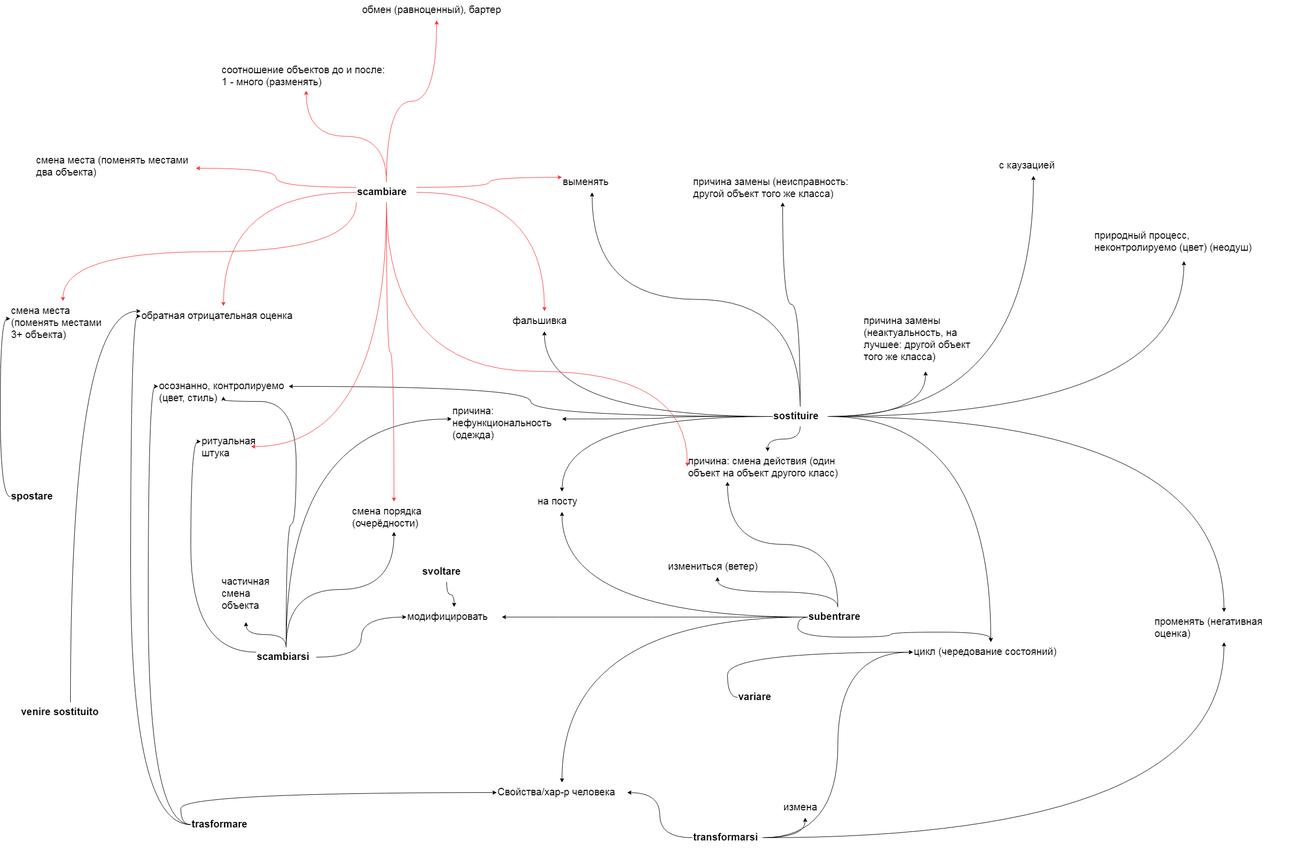
Before: обмен3.png, a diagram exported from draw.io (JanaKoko/try). Source tidied: cells renumbered, new cells last; positions are measured from the earlier drawing's top-left corner, leaving out a move shared by most shapes.
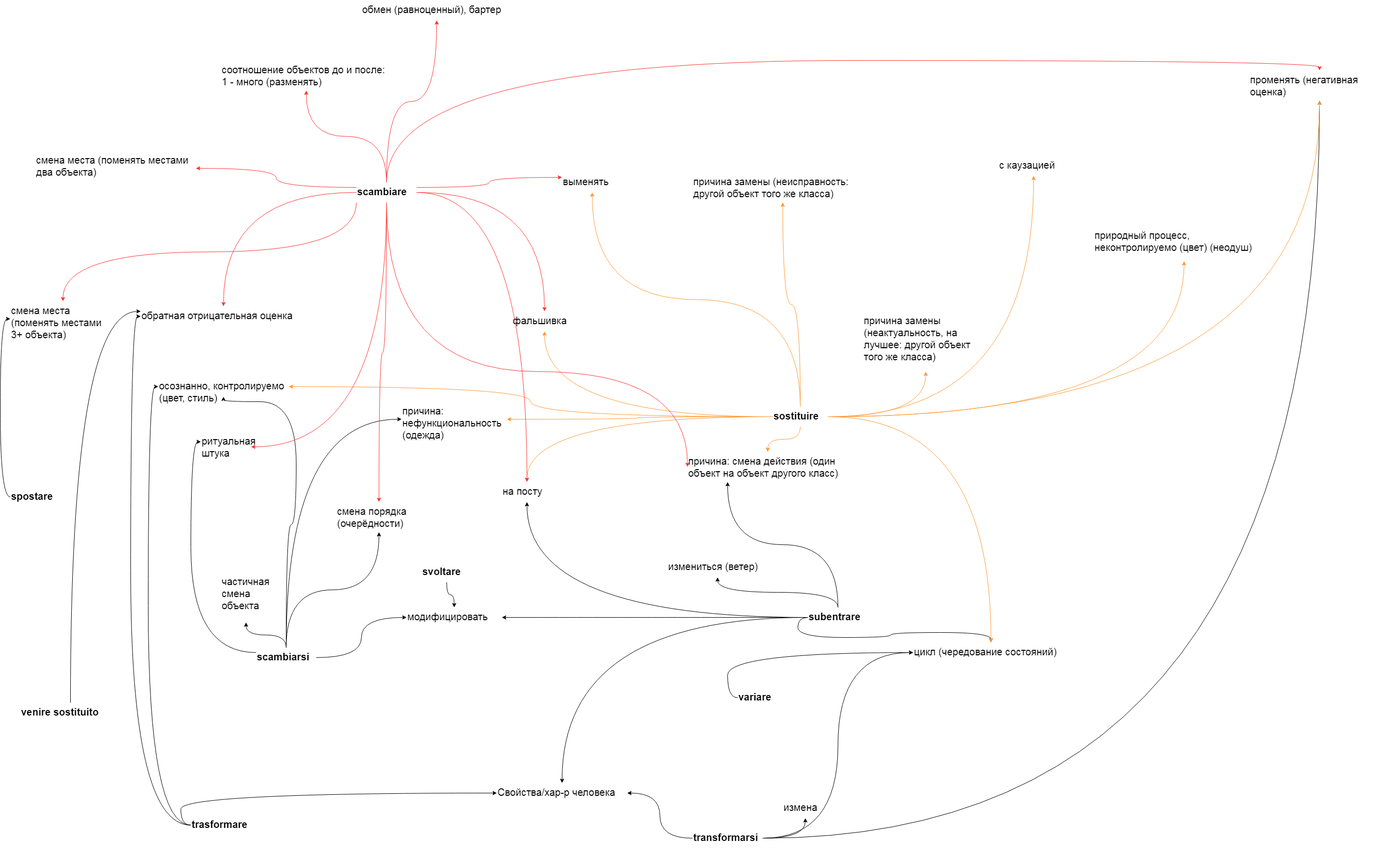
The same diagram one commit later.

What changed in the source:
```diff
@@ -57,7 +57,7 @@
       <mxGeometry x="1540" y="1590" width="90" height="40" as="geometry" />
     </mxCell>
     <mxCell id="20" value="променять (негативная оценка)" style="text;whiteSpace=wrap;html=1;fontSize=20;" parent="1" vertex="1">
-      <mxGeometry x="2280" y="1220" width="280" height="60" as="geometry" />
+      <mxGeometry x="2470" y="140" width="280" height="60" as="geometry" />
     </mxCell>
     <mxCell id="21" style="edgeStyle=orthogonalEdgeStyle;curved=1;rounded=0;jettySize=auto;html=1;exitX=0.5;exitY=1;exitDx=0;exitDy=0;fontSize=20;" parent="1" edge="1" source="22" target="23">
       <mxGeometry relative="1" as="geometry" />
@@ -90,7 +90,7 @@
       <mxGeometry x="1590" y="1210" width="120" height="40" as="geometry" />
     </mxCell>
     <mxCell id="31" value="на посту" style="text;whiteSpace=wrap;html=1;fontSize=20;" parent="1" vertex="1">
-      <mxGeometry x="1050" y="980" width="100" height="40" as="geometry" />
+      <mxGeometry x="980" y="960" width="100" height="40" as="geometry" />
     </mxCell>
     <mxCell id="32" value="причина: смена действия (один объект на объект другого класс)" style="text;whiteSpace=wrap;html=1;fontSize=20;" parent="1" vertex="1">
       <mxGeometry x="1350" y="900" width="320" height="60" as="geometry" />
@@ -107,40 +107,40 @@
     <mxCell id="36" value="смена места (поменять местами 3+ объекта)" style="text;whiteSpace=wrap;html=1;fontSize=20;" parent="1" vertex="1">
       <mxGeometry y="600" width="210" height="140" as="geometry" />
     </mxCell>
-    <mxCell id="37" style="edgeStyle=orthogonalEdgeStyle;curved=1;rounded=0;jettySize=auto;html=1;entryX=0.5;entryY=0;entryDx=0;entryDy=0;fontSize=20;" parent="1" edge="1" source="49" target="31">
+    <mxCell id="37" style="edgeStyle=orthogonalEdgeStyle;curved=1;rounded=0;jettySize=auto;html=1;entryX=0.5;entryY=0;entryDx=0;entryDy=0;fontSize=20;strokeColor=#FF9933;" parent="1" edge="1" source="49" target="31">
       <mxGeometry relative="1" as="geometry" />
     </mxCell>
-    <mxCell id="38" style="edgeStyle=orthogonalEdgeStyle;curved=1;rounded=0;jettySize=auto;html=1;exitX=1;exitY=0.5;exitDx=0;exitDy=0;entryX=0.5;entryY=1;entryDx=0;entryDy=0;fontSize=20;" parent="1" edge="1" source="49" target="50">
+    <mxCell id="38" style="edgeStyle=orthogonalEdgeStyle;curved=1;rounded=0;jettySize=auto;html=1;exitX=1;exitY=0.5;exitDx=0;exitDy=0;entryX=0.5;entryY=1;entryDx=0;entryDy=0;fontSize=20;strokeColor=#FF9933;" parent="1" edge="1" source="49" target="50">
       <mxGeometry relative="1" as="geometry" />
     </mxCell>
-    <mxCell id="39" style="edgeStyle=orthogonalEdgeStyle;curved=1;rounded=0;jettySize=auto;html=1;exitX=0;exitY=0.5;exitDx=0;exitDy=0;entryX=1;entryY=0.5;entryDx=0;entryDy=0;fontSize=20;" parent="1" edge="1" source="49" target="12">
+    <mxCell id="39" style="edgeStyle=orthogonalEdgeStyle;curved=1;rounded=0;jettySize=auto;html=1;exitX=0;exitY=0.5;exitDx=0;exitDy=0;entryX=1;entryY=0.5;entryDx=0;entryDy=0;fontSize=20;strokeColor=#FF9933;" parent="1" edge="1" source="49" target="12">
       <mxGeometry relative="1" as="geometry" />
     </mxCell>
-    <mxCell id="40" style="edgeStyle=orthogonalEdgeStyle;curved=1;rounded=0;jettySize=auto;html=1;fontSize=20;" parent="1" edge="1" source="49" target="51">
+    <mxCell id="40" style="edgeStyle=orthogonalEdgeStyle;curved=1;rounded=0;jettySize=auto;html=1;fontSize=20;strokeColor=#FF9933;" parent="1" edge="1" source="49" target="51">
       <mxGeometry relative="1" as="geometry" />
     </mxCell>
-    <mxCell id="41" style="edgeStyle=orthogonalEdgeStyle;curved=1;rounded=0;jettySize=auto;html=1;exitX=0.5;exitY=0;exitDx=0;exitDy=0;entryX=0.5;entryY=1;entryDx=0;entryDy=0;fontSize=20;" parent="1" edge="1" source="49" target="52">
+    <mxCell id="41" style="edgeStyle=orthogonalEdgeStyle;curved=1;rounded=0;jettySize=auto;html=1;exitX=0.5;exitY=0;exitDx=0;exitDy=0;entryX=0.5;entryY=1;entryDx=0;entryDy=0;fontSize=20;strokeColor=#FF9933;" parent="1" edge="1" source="49" target="52">
       <mxGeometry relative="1" as="geometry" />
     </mxCell>
-    <mxCell id="42" style="edgeStyle=orthogonalEdgeStyle;curved=1;rounded=0;jettySize=auto;html=1;exitX=0.5;exitY=0;exitDx=0;exitDy=0;fontSize=20;" parent="1" edge="1" source="49" target="53">
+    <mxCell id="42" style="edgeStyle=orthogonalEdgeStyle;curved=1;rounded=0;jettySize=auto;html=1;exitX=0.5;exitY=0;exitDx=0;exitDy=0;fontSize=20;strokeColor=#FF9933;" parent="1" edge="1" source="49" target="53">
       <mxGeometry relative="1" as="geometry" />
     </mxCell>
-    <mxCell id="43" style="edgeStyle=orthogonalEdgeStyle;curved=1;rounded=0;jettySize=auto;html=1;entryX=0.5;entryY=0;entryDx=0;entryDy=0;fontSize=20;" parent="1" edge="1" source="49" target="7">
+    <mxCell id="43" style="edgeStyle=orthogonalEdgeStyle;curved=1;rounded=0;jettySize=auto;html=1;entryX=0.5;entryY=0;entryDx=0;entryDy=0;fontSize=20;strokeColor=#FF9933;" parent="1" edge="1" source="49" target="7">
       <mxGeometry relative="1" as="geometry" />
     </mxCell>
-    <mxCell id="44" style="edgeStyle=orthogonalEdgeStyle;curved=1;rounded=0;jettySize=auto;html=1;fontSize=20;" parent="1" edge="1" source="49" target="32">
+    <mxCell id="44" style="edgeStyle=orthogonalEdgeStyle;curved=1;rounded=0;jettySize=auto;html=1;fontSize=20;strokeColor=#FF9933;" parent="1" edge="1" source="49" target="32">
       <mxGeometry relative="1" as="geometry" />
     </mxCell>
-    <mxCell id="45" style="edgeStyle=orthogonalEdgeStyle;curved=1;rounded=0;jettySize=auto;html=1;exitX=1;exitY=0.5;exitDx=0;exitDy=0;fontSize=20;" parent="1" edge="1" source="49" target="54">
+    <mxCell id="45" style="edgeStyle=orthogonalEdgeStyle;curved=1;rounded=0;jettySize=auto;html=1;exitX=1;exitY=0.5;exitDx=0;exitDy=0;fontSize=20;strokeColor=#FF9933;" parent="1" edge="1" source="49" target="54">
       <mxGeometry relative="1" as="geometry" />
     </mxCell>
-    <mxCell id="46" style="edgeStyle=orthogonalEdgeStyle;curved=1;rounded=0;jettySize=auto;html=1;entryX=0.5;entryY=0;entryDx=0;entryDy=0;fontSize=20;" parent="1" edge="1" source="49" target="20">
+    <mxCell id="46" style="edgeStyle=orthogonalEdgeStyle;curved=1;rounded=0;jettySize=auto;html=1;entryX=0.5;entryY=1;entryDx=0;entryDy=0;fontSize=20;strokeColor=#FF9933;" parent="1" edge="1" source="49" target="20">
       <mxGeometry relative="1" as="geometry" />
     </mxCell>
-    <mxCell id="47" style="edgeStyle=orthogonalEdgeStyle;curved=1;rounded=0;jettySize=auto;html=1;entryX=0.5;entryY=1;entryDx=0;entryDy=0;fontSize=20;" parent="1" edge="1" source="49" target="55">
+    <mxCell id="47" style="edgeStyle=orthogonalEdgeStyle;curved=1;rounded=0;jettySize=auto;html=1;entryX=0.5;entryY=1;entryDx=0;entryDy=0;fontSize=20;strokeColor=#FF9933;" parent="1" edge="1" source="49" target="55">
       <mxGeometry relative="1" as="geometry" />
     </mxCell>
-    <mxCell id="48" style="edgeStyle=orthogonalEdgeStyle;curved=1;rounded=0;jettySize=auto;html=1;entryX=1;entryY=0.5;entryDx=0;entryDy=0;fontSize=20;" parent="1" edge="1" target="56">
+    <mxCell id="48" style="edgeStyle=orthogonalEdgeStyle;curved=1;rounded=0;jettySize=auto;html=1;entryX=1;entryY=0.5;entryDx=0;entryDy=0;fontSize=20;strokeColor=#FF9933;" parent="1" edge="1" target="56">
       <mxGeometry relative="1" as="geometry">
         <mxPoint x="1510" y="830" as="sourcePoint" />
       </mxGeometry>
@@ -167,7 +167,7 @@
       <mxGeometry x="2160" y="450" width="360" height="70" as="geometry" />
     </mxCell>
     <mxCell id="56" value="причина: нефункциональность (одежда)" style="text;whiteSpace=wrap;html=1;fontSize=20;" parent="1" vertex="1">
-      <mxGeometry x="880" y="800" width="220" height="70" as="geometry" />
+      <mxGeometry x="780" y="800" width="210" height="70" as="geometry" />
     </mxCell>
     <mxCell id="57" style="edgeStyle=orthogonalEdgeStyle;curved=1;rounded=0;jettySize=auto;html=1;exitX=0;exitY=0.25;exitDx=0;exitDy=0;fontSize=20;entryX=0;entryY=0.5;entryDx=0;entryDy=0;" parent="1" edge="1" source="63" target="64">
       <mxGeometry relative="1" as="geometry" />
@@ -200,7 +200,7 @@
       <mxGeometry x="380" y="860" width="100" height="40" as="geometry" />
     </mxCell>
     <mxCell id="65" value="смена порядка (очерёдности)" style="text;whiteSpace=wrap;html=1;fontSize=20;" parent="1" vertex="1">
-      <mxGeometry x="680" y="1000" width="170" height="60" as="geometry" />
+      <mxGeometry x="650" y="1000" width="170" height="60" as="geometry" />
     </mxCell>
     <mxCell id="66" value="частичная смена объекта" style="text;whiteSpace=wrap;html=1;fontSize=20;" parent="1" vertex="1">
       <mxGeometry x="420" y="1140" width="100" height="100" as="geometry" />
@@ -240,6 +240,12 @@
     <mxCell id="76" style="edgeStyle=orthogonalEdgeStyle;curved=1;rounded=0;jettySize=auto;html=1;entryX=0.5;entryY=0;entryDx=0;entryDy=0;strokeColor=#FF3333;fontSize=20;" parent="1" edge="1" source="77" target="65">
       <mxGeometry relative="1" as="geometry" />
     </mxCell>
+    <mxCell id="81" style="edgeStyle=orthogonalEdgeStyle;curved=1;rounded=0;jettySize=auto;html=1;strokeColor=#FF3333;fontSize=20;" parent="1" edge="1" source="77" target="31">
+      <mxGeometry relative="1" as="geometry" />
+    </mxCell>
+    <mxCell id="82" style="edgeStyle=orthogonalEdgeStyle;curved=1;rounded=0;jettySize=auto;html=1;entryX=0.5;entryY=0;entryDx=0;entryDy=0;strokeColor=#FF3333;fontSize=20;exitX=0.5;exitY=0;exitDx=0;exitDy=0;" parent="1" edge="1" source="77" target="20">
+      <mxGeometry relative="1" as="geometry" />
+    </mxCell>
     <mxCell id="77" value="scambiare" style="text;whiteSpace=wrap;html=1;fontSize=20;fontStyle=1;" parent="1" vertex="1">
       <mxGeometry x="690" y="363" width="120" height="40" as="geometry" />
     </mxCell>
```
